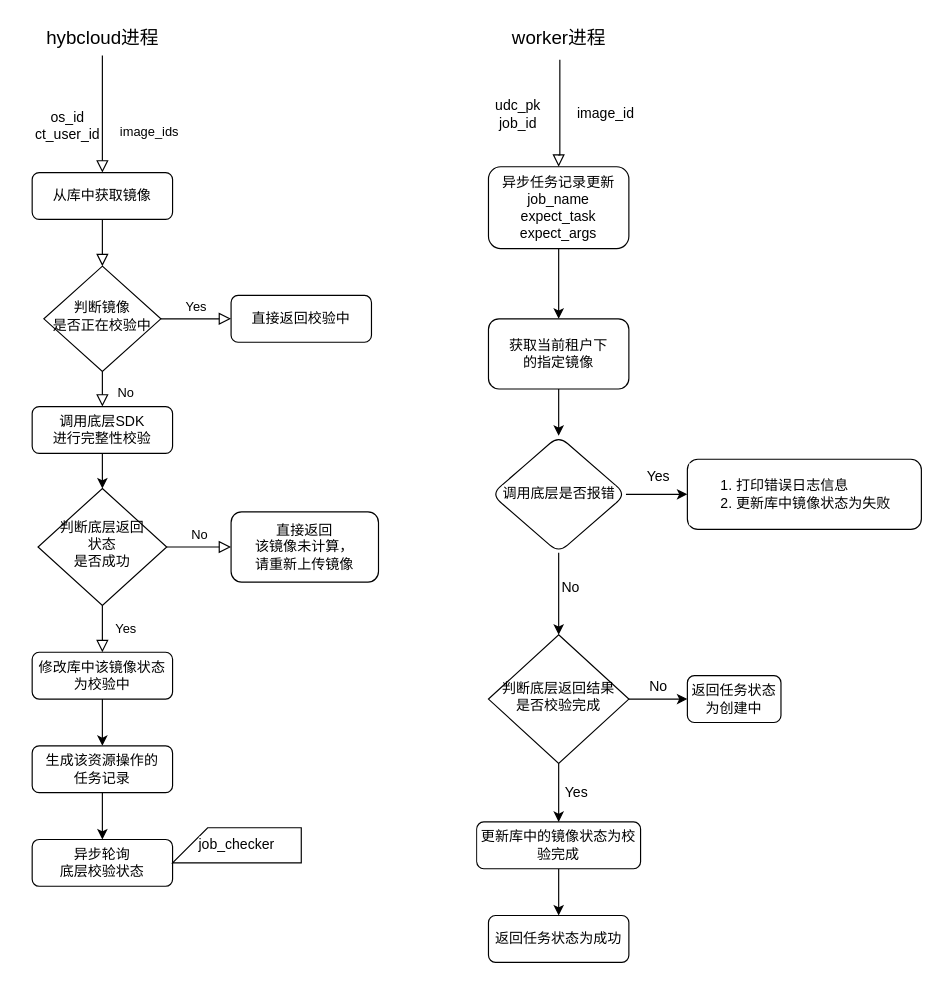
Before: mp镜像完整性校验逻辑.drawio in huiiiuh/drawio, a draw.io diagram. Source tidied: cells renumbered, new cells numbered last; positions are measured from the earlier drawing's top-left corner, leaving out a move shared by most shapes. Both pictures are drawn from the tidied source at 117%, with x=0, y=0 at pixel (20, 20).
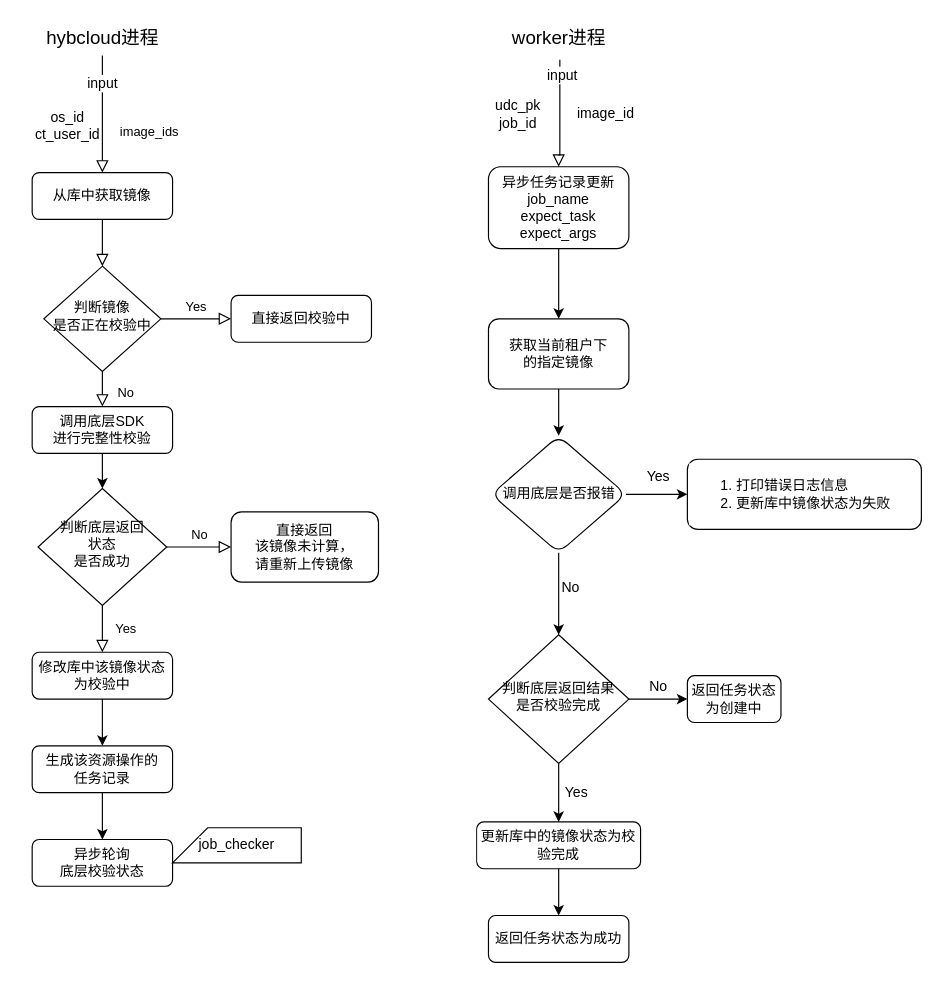
Above is the later version.

Commit message (it also covers changes not shown here):
更新mp镜像完整性校验逻辑.drawio

The change refers to these unchanged cells:
```xml
<mxCell id="14" style="rounded=0;html=1;jettySize=auto;fontSize=11;endArrow=block;endFill=0;endSize=8;strokeWidth=1;shadow=0;labelBackgroundColor=none;edgeStyle=orthogonalEdgeStyle;entryX=0.5;entryY=0;entryDx=0;entryDy=0;" parent="1" edge="1" source="23" target="3">
  <mxGeometry relative="1" as="geometry" />
</mxCell>
<mxCell id="27" style="rounded=0;html=1;jettySize=auto;fontSize=11;endArrow=block;endFill=0;endSize=8;strokeWidth=1;shadow=0;labelBackgroundColor=none;edgeStyle=orthogonalEdgeStyle;entryX=0.5;entryY=0;entryDx=0;entryDy=0;exitX=0.51;exitY=1.117;exitDx=0;exitDy=0;exitPerimeter=0;" parent="1" edge="1" source="24" target="26">
  <mxGeometry relative="1" as="geometry">
    <Array as="points">
      <mxPoint x="461" y="115" />
      <mxPoint x="460" y="115" />
    </Array>
  </mxGeometry>
</mxCell>
```

What changed in the source:
```diff
@@
+    <mxCell id="47" value="input" style="edgeLabel;html=1;align=center;verticalAlign=middle;fontSize=12;fontFamily=Helvetica;fontColor=#000000;" parent="14" vertex="1">
+      <mxGeometry x="-0.55" y="-1" relative="1" as="geometry">
+        <mxPoint y="1" as="offset" />
+      </mxGeometry>
+    </mxCell>
@@
+    <mxCell id="48" value="input" style="edgeLabel;html=1;align=center;verticalAlign=middle;fontSize=12;fontFamily=Helvetica;fontColor=#000000;" parent="27" vertex="1">
+      <mxGeometry x="-0.72" y="1" relative="1" as="geometry" />
+    </mxCell>
```
